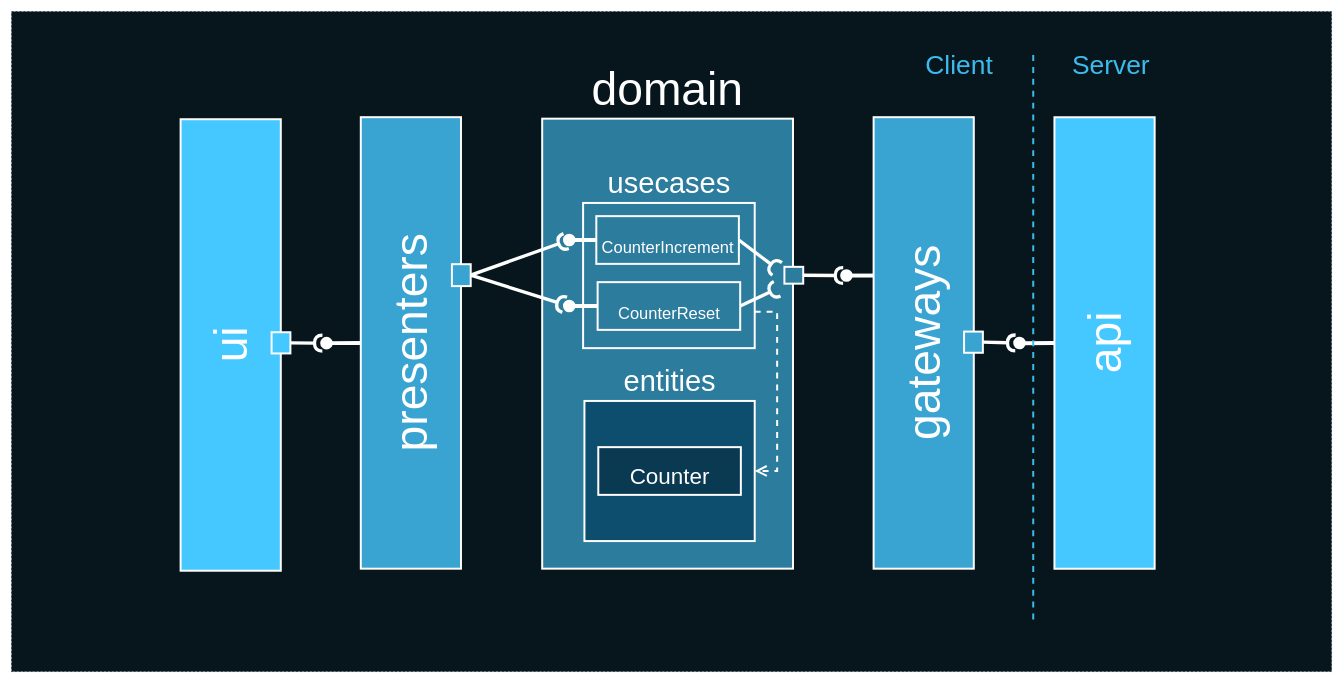
Earlier version of the draw.io diagram deck/ru/diagrams/caLayerModulesBase2.drawio (AlexanderLapygin/ca-react-rest-api-starter). Source tidied: cells renumbered, new cells numbered last; positions are measured from the earlier drawing's top-left corner, leaving out a move shared by most shapes. Both pictures are drawn from the tidied source at 66%, with x=0, y=0 at pixel (5, 11).
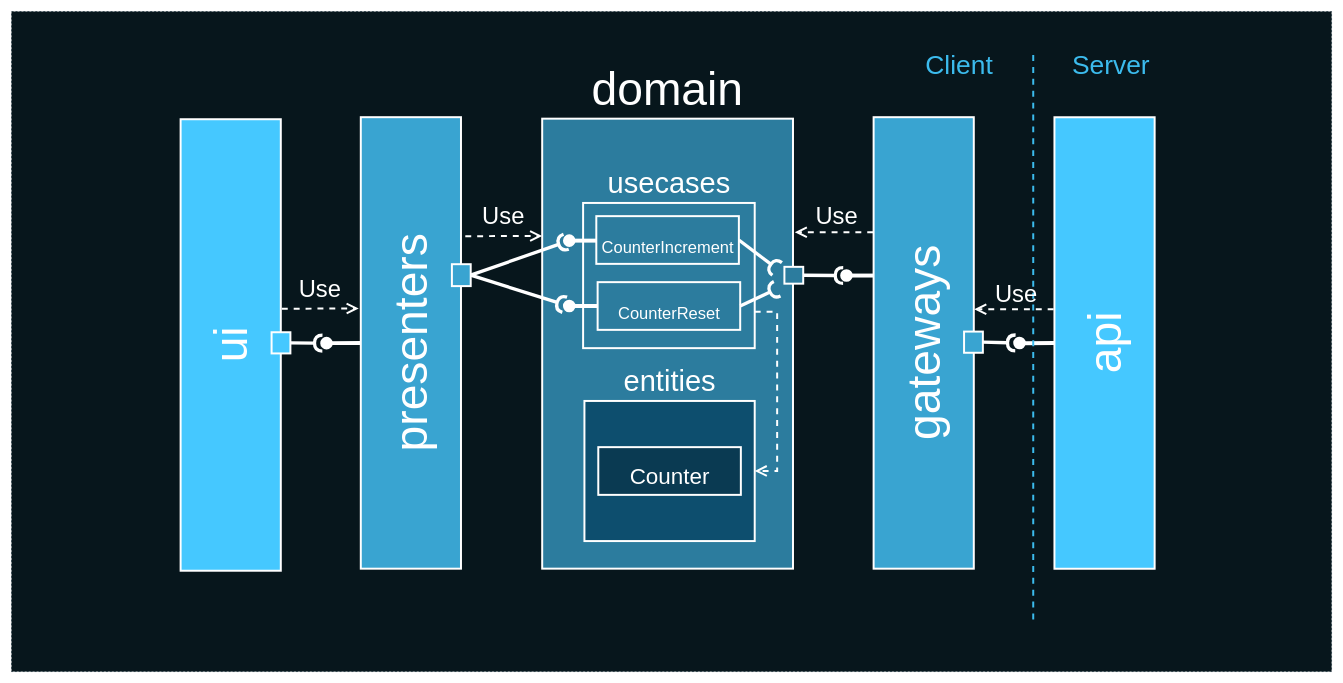
Above is the later version.

Unchanged cells that the change refers to:
```xml
<mxCell id="14" style="group;fontColor=#FFFFFF;fontSize=70;labelPosition=center;verticalLabelPosition=middle;align=center;verticalAlign=middle;" parent="1" vertex="1">
  <mxGeometry x="814" y="162.3" width="490.1" height="681.8" as="geometry" />
</mxCell>
<mxCell id="23" value="&lt;font&gt;&lt;font style=&quot;font-size: 25px&quot;&gt;CounterIncrement&lt;/font&gt;&lt;br&gt;&lt;/font&gt;" style="html=1;strokeColor=#FFFFFF;strokeWidth=3;fillColor=#2C7C9E;fontSize=55;fontColor=#FFFFFF;labelPosition=center;verticalLabelPosition=middle;align=center;verticalAlign=middle;rotation=0;fontFamily=Helvetica;" parent="14" vertex="1">
  <mxGeometry x="82" y="147.7" width="216" height="72.3" as="geometry" />
</mxCell>
```

Diff of the diagram source:
```diff
@@
     <mxCell id="20" style="ellipse;whiteSpace=wrap;html=1;fontFamily=Helvetica;fontSize=12;fontColor=#FFFFFF;align=center;strokeColor=#FFFFFF;fillColor=#ffffff;points=[];strokeWidth=9;" parent="14" vertex="1">
-      <mxGeometry x="36" y="178.8" width="10" height="10" as="geometry" />
+      <mxGeometry x="36" y="179.8" width="10" height="10" as="geometry" />
     </mxCell>
-    <mxCell id="21" style="rounded=0;jettySize=auto;html=1;endArrow=none;endFill=0;fontSize=40;fontColor=#FFFFFF;strokeColor=#FFFFFF;strokeWidth=6;exitX=0;exitY=0.5;exitDx=0;exitDy=0;" parent="14" edge="1" source="23" target="20">
-      <mxGeometry relative="1" as="geometry" />
+    <mxCell id="21" style="rounded=0;jettySize=auto;html=1;endArrow=none;endFill=0;fontSize=40;fontColor=#FFFFFF;strokeColor=#FFFFFF;strokeWidth=6;exitX=0;exitY=0.5;exitDx=0;exitDy=0;" parent="14" edge="1" target="20">
+      <mxGeometry relative="1" as="geometry">
+        <mxPoint x="82" y="184.8" as="sourcePoint" />
+      </mxGeometry>
     </mxCell>
@@
+    <mxCell id="42" value="Use" style="endArrow=open;endSize=12;dashed=1;html=1;strokeColor=#FFFFFF;strokeWidth=3;fontSize=36;fontColor=#FFFFFF;labelBackgroundColor=none;entryX=0.857;entryY=-0.021;entryDx=0;entryDy=0;entryPerimeter=0;exitX=0.861;exitY=1.01;exitDx=0;exitDy=0;exitPerimeter=0;" parent="1" edge="1">
+      <mxGeometry y="30" relative="1" as="geometry">
+        <mxPoint x="419.5" y="450.3" as="sourcePoint" />
+        <mxPoint x="536" y="449.8" as="targetPoint" />
+      </mxGeometry>
+    </mxCell>
+    <mxCell id="43" value="Use" style="endArrow=open;endSize=12;dashed=1;html=1;strokeColor=#FFFFFF;strokeWidth=3;fontSize=36;fontColor=#FFFFFF;labelBackgroundColor=none;entryX=0.857;entryY=-0.021;entryDx=0;entryDy=0;entryPerimeter=0;exitX=0.861;exitY=1.01;exitDx=0;exitDy=0;exitPerimeter=0;" parent="1" edge="1">
+      <mxGeometry y="30" relative="1" as="geometry">
+        <mxPoint x="697.5" y="340.4" as="sourcePoint" />
+        <mxPoint x="814" y="340" as="targetPoint" />
+      </mxGeometry>
+    </mxCell>
+    <mxCell id="44" value="Use" style="endArrow=open;endSize=12;dashed=1;html=1;strokeColor=#FFFFFF;strokeWidth=3;fontSize=36;fontColor=#FFFFFF;labelBackgroundColor=none;entryX=1.007;entryY=0.135;entryDx=0;entryDy=0;entryPerimeter=0;exitX=0.862;exitY=-0.004;exitDx=0;exitDy=0;exitPerimeter=0;" parent="1" edge="1">
+      <mxGeometry x="-0.07" y="-24" relative="1" as="geometry">
+        <mxPoint x="1315.5" y="334.4" as="sourcePoint" />
+        <mxPoint x="1196.7" y="334.4" as="targetPoint" />
+        <mxPoint x="-1" as="offset" />
+      </mxGeometry>
+    </mxCell>
+    <mxCell id="45" value="Use" style="endArrow=open;endSize=12;dashed=1;html=1;strokeColor=#FFFFFF;strokeWidth=3;fontSize=36;fontColor=#FFFFFF;labelBackgroundColor=none;entryX=0.861;entryY=1.004;entryDx=0;entryDy=0;entryPerimeter=0;exitX=0.861;exitY=-0.008;exitDx=0;exitDy=0;exitPerimeter=0;" parent="1" edge="1">
+      <mxGeometry x="-0.07" y="-24" relative="1" as="geometry">
+        <mxPoint x="1588.9" y="451.2" as="sourcePoint" />
+        <mxPoint x="1468.6" y="451.1" as="targetPoint" />
+        <mxPoint x="-1" as="offset" />
+      </mxGeometry>
+    </mxCell>
```
